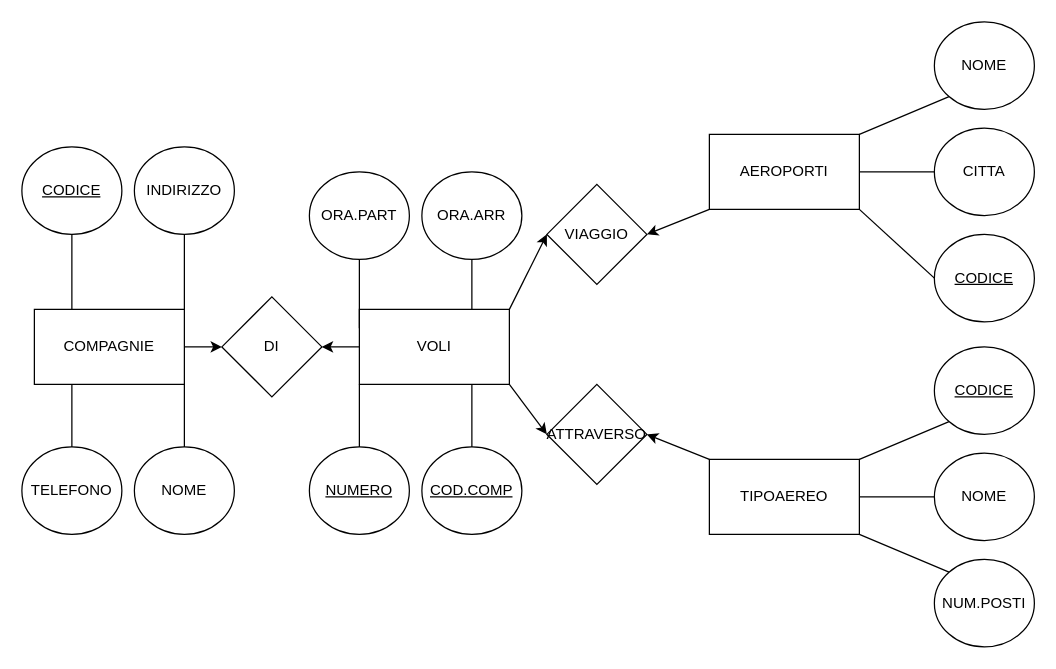
Above: esamedatab.drawio in LilAnciel/Project (draw.io), before the change. Source tidied: cells renumbered, new cells numbered last; positions are measured from the earlier drawing's top-left corner, leaving out a move shared by most shapes. Both pictures are drawn from the tidied source at 125%, with x=0, y=0 at pixel (21, 21).
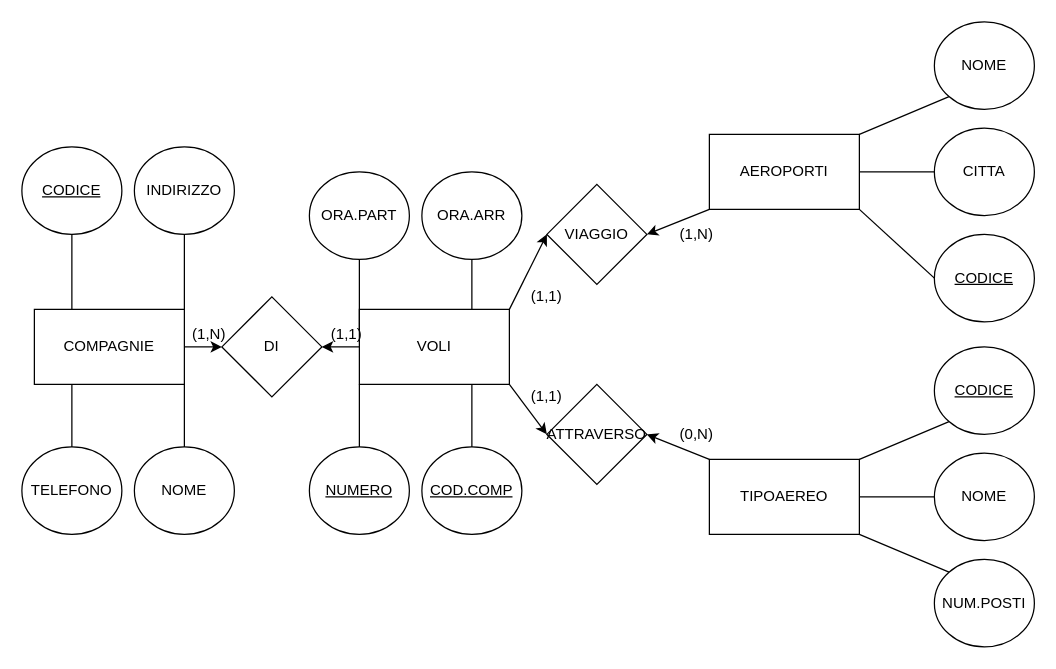
After the change.

The edit, as a diff of the source:
```diff
@@
+    <mxCell id="43" value="(1,1)" style="text;html=1;strokeColor=none;fillColor=none;align=center;verticalAlign=middle;whiteSpace=wrap;rounded=0;" parent="1" vertex="1">
+      <mxGeometry x="240" y="240" width="40" height="20" as="geometry" />
+    </mxCell>
+    <mxCell id="44" value="(1,N)" style="text;html=1;strokeColor=none;fillColor=none;align=center;verticalAlign=middle;whiteSpace=wrap;rounded=0;" parent="1" vertex="1">
+      <mxGeometry x="130" y="240" width="40" height="20" as="geometry" />
+    </mxCell>
+    <mxCell id="45" value="(1,1)" style="text;html=1;strokeColor=none;fillColor=none;align=center;verticalAlign=middle;whiteSpace=wrap;rounded=0;" parent="1" vertex="1">
+      <mxGeometry x="400" y="290" width="40" height="20" as="geometry" />
+    </mxCell>
+    <mxCell id="46" value="(0,N)" style="text;html=1;strokeColor=none;fillColor=none;align=center;verticalAlign=middle;whiteSpace=wrap;rounded=0;" parent="1" vertex="1">
+      <mxGeometry x="520" y="320" width="40" height="20" as="geometry" />
+    </mxCell>
+    <mxCell id="47" value="(1,1)" style="text;html=1;strokeColor=none;fillColor=none;align=center;verticalAlign=middle;whiteSpace=wrap;rounded=0;" parent="1" vertex="1">
+      <mxGeometry x="400" y="210" width="40" height="20" as="geometry" />
+    </mxCell>
+    <mxCell id="48" value="(1,N)" style="text;html=1;strokeColor=none;fillColor=none;align=center;verticalAlign=middle;whiteSpace=wrap;rounded=0;" parent="1" vertex="1">
+      <mxGeometry x="520" y="160" width="40" height="20" as="geometry" />
+    </mxCell>
```
